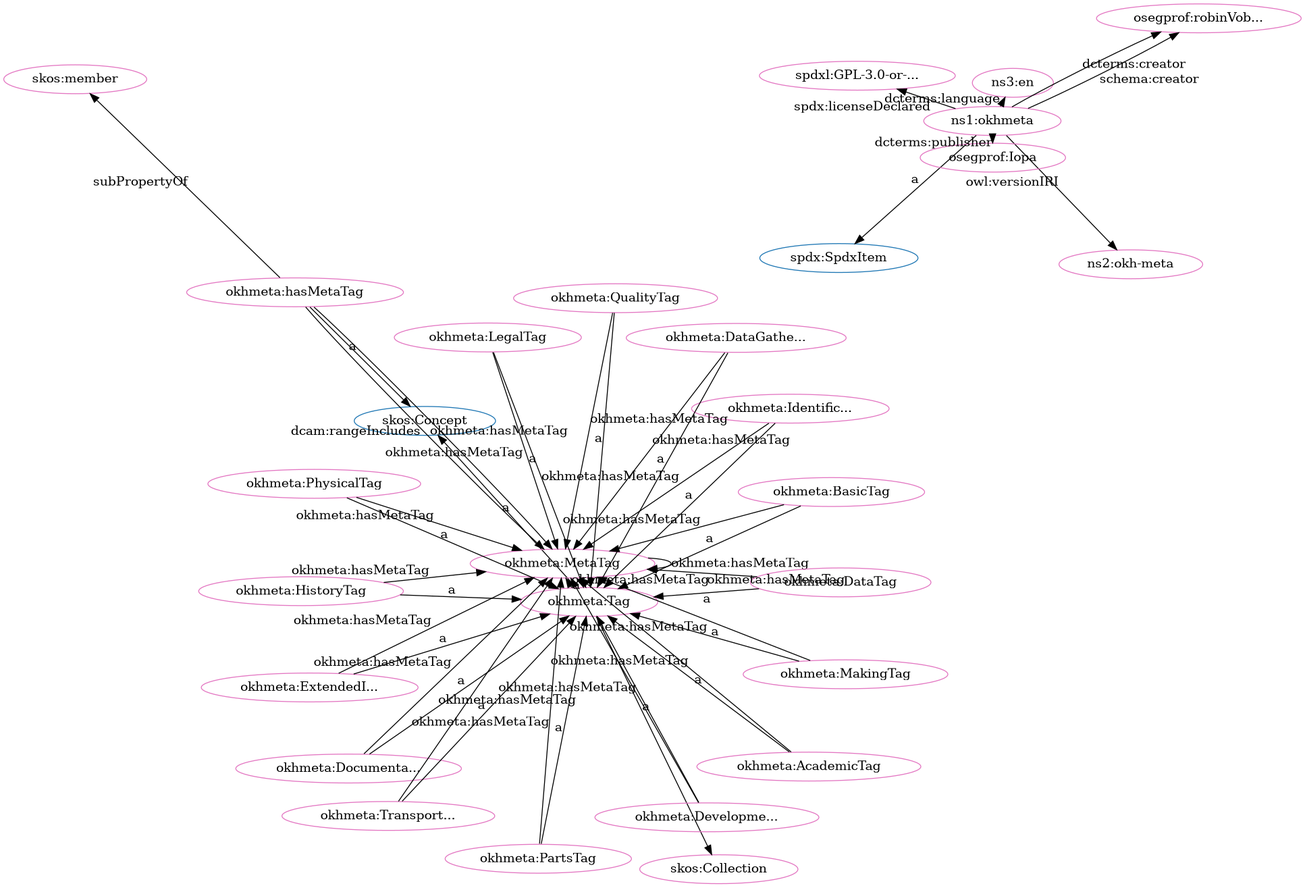
iop-alliance/OpenKnowHow keeps this Graphviz diagram as src/spec/dot_okh-meta-clean.png. Above is the earlier version. Its source is kept beside it as src/spec/dot_okh-meta-clean.dot.
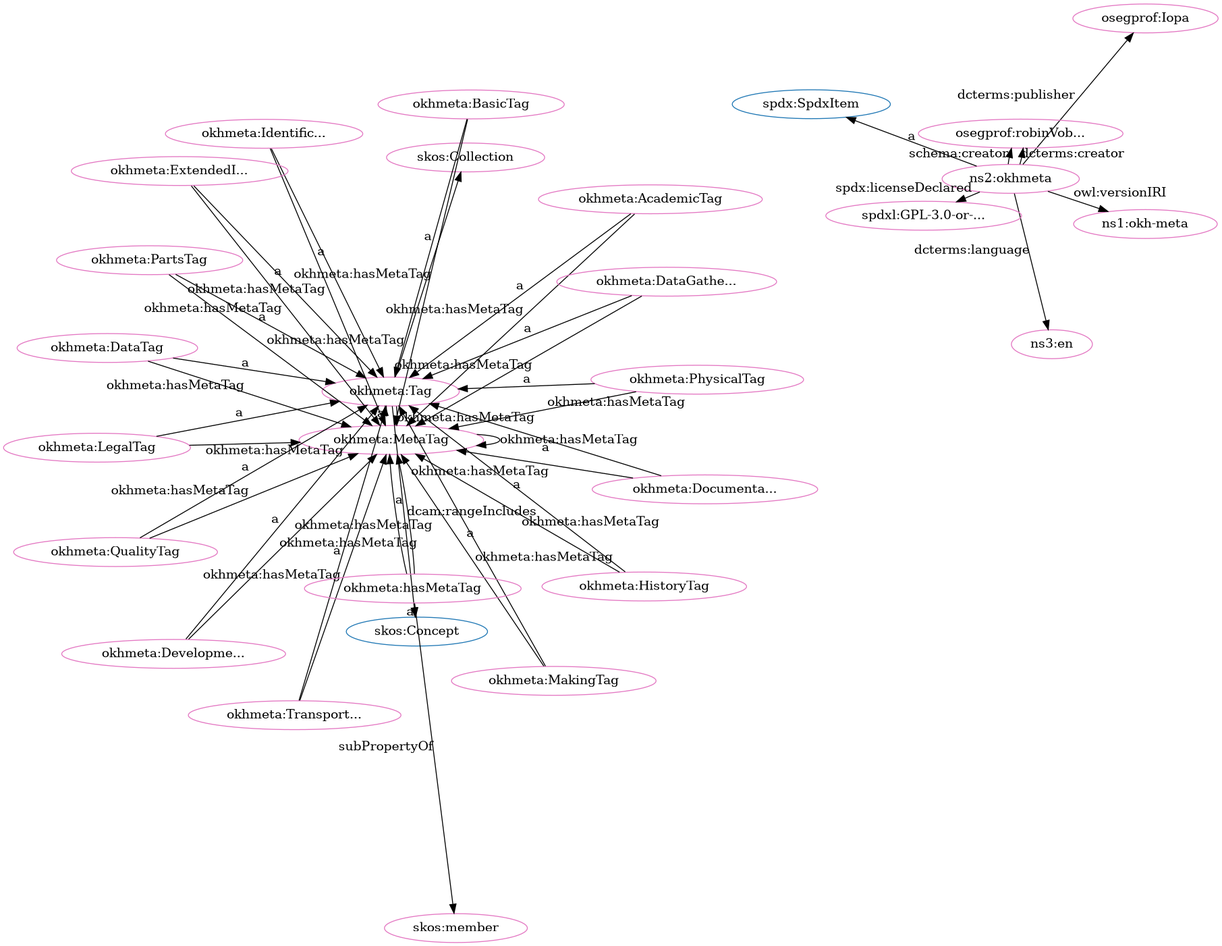
The same diagram one commit later.

What changed in the source:
```diff
@@ -1,80 +1,80 @@
 digraph G {
   rankdir=BT
   node[height=.3]
-"http://www.w3.org/2004/02/skos/core#Concept" [fillcolor="#1f77b4" color="#1f77b4" label="skos:Concept"]
 "http://w3id.org/oseg/ont/okhmeta#Tag" [fillcolor="#1f77b4" color="#1f77b4" label="okhmeta:Tag"]
 "http://spdx.org/rdf/terms#SpdxItem" [fillcolor="#1f77b4" color="#1f77b4" label="spdx:SpdxItem"]
 "http://www.w3.org/2004/02/skos/core#Collection" [fillcolor="#1f77b4" color="#1f77b4" label="skos:Collection"]
-"http://w3id.org/oseg/ont/okhmeta" [fillcolor="#e377c2" color="#e377c2" label="ns1:okhmeta"]
-"http://w3id.org/oseg/ont/1.1.0/okh-meta" [fillcolor="#e377c2" color="#e377c2" label="ns2:okh-meta"]
+"http://www.w3.org/2004/02/skos/core#Concept" [fillcolor="#1f77b4" color="#1f77b4" label="skos:Concept"]
+"http://w3id.org/oseg/ont/okhmeta#LegalTag" [fillcolor="#e377c2" color="#e377c2" label="okhmeta:LegalTag"]
+"http://w3id.org/oseg/ont/oseg-profiles#Iopa" [fillcolor="#e377c2" color="#e377c2" label="osegprof:Iopa"]
+"http://w3id.org/oseg/ont/okhmeta#MetaTag" [fillcolor="#e377c2" color="#e377c2" label="okhmeta:MetaTag"]
+"http://w3id.org/oseg/ont/1.1.0/okh-meta" [fillcolor="#e377c2" color="#e377c2" label="ns1:okh-meta"]
+"http://w3id.org/oseg/ont/okhmeta#IdentificationTag" [fillcolor="#e377c2" color="#e377c2" label="okhmeta:Identific..."]
+"http://w3id.org/oseg/ont/okhmeta#TransportationTag" [fillcolor="#e377c2" color="#e377c2" label="okhmeta:Transport..."]
+"http://w3id.org/oseg/ont/okhmeta" [fillcolor="#e377c2" color="#e377c2" label="ns2:okhmeta"]
+"http://id.loc.gov/vocabulary/iso639-1/en" [fillcolor="#e377c2" color="#e377c2" label="ns3:en"]
+"http://w3id.org/oseg/ont/okhmeta#DocumentationTag" [fillcolor="#e377c2" color="#e377c2" label="okhmeta:Documenta..."]
+"http://www.w3.org/2004/02/skos/core#member" [fillcolor="#e377c2" color="#e377c2" label="skos:member"]
+"http://w3id.org/oseg/ont/okhmeta#MakingTag" [fillcolor="#e377c2" color="#e377c2" label="okhmeta:MakingTag"]
+"http://w3id.org/oseg/ont/okhmeta#QualityTag" [fillcolor="#e377c2" color="#e377c2" label="okhmeta:QualityTag"]
+"http://w3id.org/oseg/ont/okhmeta#DevelopmentTag" [fillcolor="#e377c2" color="#e377c2" label="okhmeta:Developme..."]
 "http://w3id.org/oseg/ont/okhmeta#Tag" [fillcolor="#e377c2" color="#e377c2" label="okhmeta:Tag"]
-"http://w3id.org/oseg/ont/okhmeta#MetaTag" [fillcolor="#e377c2" color="#e377c2" label="okhmeta:MetaTag"]
+"http://www.w3.org/2004/02/skos/core#Collection" [fillcolor="#e377c2" color="#e377c2" label="skos:Collection"]
+"http://w3id.org/oseg/ont/okhmeta#PhysicalTag" [fillcolor="#e377c2" color="#e377c2" label="okhmeta:PhysicalTag"]
+"http://w3id.org/oseg/ont/okhmeta#AcademicTag" [fillcolor="#e377c2" color="#e377c2" label="okhmeta:AcademicTag"]
+"http://w3id.org/oseg/ont/oseg-profiles#robinVobruba" [fillcolor="#e377c2" color="#e377c2" label="osegprof:robinVob..."]
+"http://w3id.org/oseg/ont/okhmeta#DataTag" [fillcolor="#e377c2" color="#e377c2" label="okhmeta:DataTag"]
 "http://w3id.org/oseg/ont/okhmeta#hasMetaTag" [fillcolor="#e377c2" color="#e377c2" label="okhmeta:hasMetaTag"]
-"http://w3id.org/oseg/ont/okhmeta#DataTag" [fillcolor="#e377c2" color="#e377c2" label="okhmeta:DataTag"]
-"http://www.w3.org/2004/02/skos/core#member" [fillcolor="#e377c2" color="#e377c2" label="skos:member"]
-"http://id.loc.gov/vocabulary/iso639-1/en" [fillcolor="#e377c2" color="#e377c2" label="ns3:en"]
-"http://w3id.org/oseg/ont/okhmeta#AcademicTag" [fillcolor="#e377c2" color="#e377c2" label="okhmeta:AcademicTag"]
+"http://w3id.org/oseg/ont/okhmeta#BasicTag" [fillcolor="#e377c2" color="#e377c2" label="okhmeta:BasicTag"]
+"http://w3id.org/oseg/ont/okhmeta#PartsTag" [fillcolor="#e377c2" color="#e377c2" label="okhmeta:PartsTag"]
+"http://w3id.org/oseg/ont/okhmeta#DataGatheringTag" [fillcolor="#e377c2" color="#e377c2" label="okhmeta:DataGathe..."]
 "http://w3id.org/oseg/ont/okhmeta#ExtendedInfoTag" [fillcolor="#e377c2" color="#e377c2" label="okhmeta:ExtendedI..."]
-"http://w3id.org/oseg/ont/oseg-profiles#robinVobruba" [fillcolor="#e377c2" color="#e377c2" label="osegprof:robinVob..."]
-"http://w3id.org/oseg/ont/okhmeta#PartsTag" [fillcolor="#e377c2" color="#e377c2" label="okhmeta:PartsTag"]
-"http://w3id.org/oseg/ont/okhmeta#DevelopmentTag" [fillcolor="#e377c2" color="#e377c2" label="okhmeta:Developme..."]
-"http://w3id.org/oseg/ont/okhmeta#LegalTag" [fillcolor="#e377c2" color="#e377c2" label="okhmeta:LegalTag"]
-"http://w3id.org/oseg/ont/okhmeta#BasicTag" [fillcolor="#e377c2" color="#e377c2" label="okhmeta:BasicTag"]
+"http://w3id.org/oseg/ont/okhmeta#HistoryTag" [fillcolor="#e377c2" color="#e377c2" label="okhmeta:HistoryTag"]
 "http://spdx.org/licenses/GPL-3.0-or-later" [fillcolor="#e377c2" color="#e377c2" label="spdxl:GPL-3.0-or-..."]
-"http://w3id.org/oseg/ont/okhmeta#IdentificationTag" [fillcolor="#e377c2" color="#e377c2" label="okhmeta:Identific..."]
-"http://w3id.org/oseg/ont/okhmeta#DataGatheringTag" [fillcolor="#e377c2" color="#e377c2" label="okhmeta:DataGathe..."]
-"http://w3id.org/oseg/ont/okhmeta#QualityTag" [fillcolor="#e377c2" color="#e377c2" label="okhmeta:QualityTag"]
-"http://w3id.org/oseg/ont/okhmeta#DocumentationTag" [fillcolor="#e377c2" color="#e377c2" label="okhmeta:Documenta..."]
-"http://w3id.org/oseg/ont/okhmeta#PhysicalTag" [fillcolor="#e377c2" color="#e377c2" label="okhmeta:PhysicalTag"]
-"http://www.w3.org/2004/02/skos/core#Collection" [fillcolor="#e377c2" color="#e377c2" label="skos:Collection"]
-"http://w3id.org/oseg/ont/okhmeta#MakingTag" [fillcolor="#e377c2" color="#e377c2" label="okhmeta:MakingTag"]
-"http://w3id.org/oseg/ont/oseg-profiles#Iopa" [fillcolor="#e377c2" color="#e377c2" label="osegprof:Iopa"]
-"http://w3id.org/oseg/ont/okhmeta#TransportationTag" [fillcolor="#e377c2" color="#e377c2" label="okhmeta:Transport..."]
-"http://w3id.org/oseg/ont/okhmeta#HistoryTag" [fillcolor="#e377c2" color="#e377c2" label="okhmeta:HistoryTag"]
+  "http://w3id.org/oseg/ont/okhmeta#LegalTag" -> "http://w3id.org/oseg/ont/okhmeta#Tag" [label="a"]
+  "http://w3id.org/oseg/ont/okhmeta" -> "http://w3id.org/oseg/ont/oseg-profiles#Iopa" [label="dcterms:publisher"]
+  "http://w3id.org/oseg/ont/okhmeta#QualityTag" -> "http://w3id.org/oseg/ont/okhmeta#MetaTag" [label="okhmeta:hasMetaTag"]
+  "http://w3id.org/oseg/ont/okhmeta" -> "http://id.loc.gov/vocabulary/iso639-1/en" [label="dcterms:language"]
+  "http://w3id.org/oseg/ont/okhmeta#hasMetaTag" -> "http://www.w3.org/2004/02/skos/core#member" [label="subPropertyOf"]
+  "http://w3id.org/oseg/ont/okhmeta#ExtendedInfoTag" -> "http://w3id.org/oseg/ont/okhmeta#MetaTag" [label="okhmeta:hasMetaTag"]
+  "http://w3id.org/oseg/ont/okhmeta#MakingTag" -> "http://w3id.org/oseg/ont/okhmeta#Tag" [label="a"]
+  "http://w3id.org/oseg/ont/okhmeta#DevelopmentTag" -> "http://w3id.org/oseg/ont/okhmeta#Tag" [label="a"]
+  "http://w3id.org/oseg/ont/okhmeta#MetaTag" -> "http://w3id.org/oseg/ont/okhmeta#MetaTag" [label="okhmeta:hasMetaTag"]
+  "http://w3id.org/oseg/ont/okhmeta#Tag" -> "http://www.w3.org/2004/02/skos/core#Collection" [label=""]
+  "http://w3id.org/oseg/ont/okhmeta#LegalTag" -> "http://w3id.org/oseg/ont/okhmeta#MetaTag" [label="okhmeta:hasMetaTag"]
+  "http://w3id.org/oseg/ont/okhmeta#AcademicTag" -> "http://w3id.org/oseg/ont/okhmeta#Tag" [label="a"]
+  "http://w3id.org/oseg/ont/okhmeta#DevelopmentTag" -> "http://w3id.org/oseg/ont/okhmeta#MetaTag" [label="okhmeta:hasMetaTag"]
+  "http://w3id.org/oseg/ont/okhmeta#BasicTag" -> "http://w3id.org/oseg/ont/okhmeta#Tag" [label="a"]
+  "http://w3id.org/oseg/ont/okhmeta" -> "http://w3id.org/oseg/ont/oseg-profiles#robinVobruba" [label="schema:creator"]
+  "http://w3id.org/oseg/ont/okhmeta#PartsTag" -> "http://w3id.org/oseg/ont/okhmeta#Tag" [label="a"]
+  "http://w3id.org/oseg/ont/okhmeta#DataGatheringTag" -> "http://w3id.org/oseg/ont/okhmeta#Tag" [label="a"]
+  "http://w3id.org/oseg/ont/okhmeta#hasMetaTag" -> "http://w3id.org/oseg/ont/okhmeta#MetaTag" [label="okhmeta:hasMetaTag"]
   "http://w3id.org/oseg/ont/okhmeta" -> "http://spdx.org/rdf/terms#SpdxItem" [label="a"]
+  "http://w3id.org/oseg/ont/okhmeta#HistoryTag" -> "http://w3id.org/oseg/ont/okhmeta#Tag" [label="a"]
+  "http://w3id.org/oseg/ont/okhmeta#DataTag" -> "http://w3id.org/oseg/ont/okhmeta#MetaTag" [label="okhmeta:hasMetaTag"]
+  "http://w3id.org/oseg/ont/okhmeta" -> "http://spdx.org/licenses/GPL-3.0-or-later" [label="spdx:licenseDeclared"]
+  "http://w3id.org/oseg/ont/okhmeta#IdentificationTag" -> "http://w3id.org/oseg/ont/okhmeta#MetaTag" [label="okhmeta:hasMetaTag"]
+  "http://w3id.org/oseg/ont/okhmeta#BasicTag" -> "http://w3id.org/oseg/ont/okhmeta#MetaTag" [label="okhmeta:hasMetaTag"]
+  "http://w3id.org/oseg/ont/okhmeta#PartsTag" -> "http://w3id.org/oseg/ont/okhmeta#MetaTag" [label="okhmeta:hasMetaTag"]
+  "http://w3id.org/oseg/ont/okhmeta" -> "http://w3id.org/oseg/ont/1.1.0/okh-meta" [label="owl:versionIRI"]
+  "http://w3id.org/oseg/ont/okhmeta#DocumentationTag" -> "http://w3id.org/oseg/ont/okhmeta#MetaTag" [label="okhmeta:hasMetaTag"]
+  "http://w3id.org/oseg/ont/okhmeta#IdentificationTag" -> "http://w3id.org/oseg/ont/okhmeta#Tag" [label="a"]
+  "http://w3id.org/oseg/ont/okhmeta#TransportationTag" -> "http://w3id.org/oseg/ont/okhmeta#Tag" [label="a"]
+  "http://w3id.org/oseg/ont/okhmeta#DocumentationTag" -> "http://w3id.org/oseg/ont/okhmeta#Tag" [label="a"]
+  "http://w3id.org/oseg/ont/okhmeta#QualityTag" -> "http://w3id.org/oseg/ont/okhmeta#Tag" [label="a"]
+  "http://w3id.org/oseg/ont/okhmeta#AcademicTag" -> "http://w3id.org/oseg/ont/okhmeta#MetaTag" [label="okhmeta:hasMetaTag"]
   "http://w3id.org/oseg/ont/okhmeta#Tag" -> "http://www.w3.org/2004/02/skos/core#Concept" [label="a"]
-  "http://w3id.org/oseg/ont/okhmeta#hasMetaTag" -> "http://w3id.org/oseg/ont/okhmeta#MetaTag" [label="okhmeta:hasMetaTag"]
-  "http://w3id.org/oseg/ont/okhmeta#LegalTag" -> "http://w3id.org/oseg/ont/okhmeta#MetaTag" [label="okhmeta:hasMetaTag"]
+  "http://w3id.org/oseg/ont/okhmeta#PhysicalTag" -> "http://w3id.org/oseg/ont/okhmeta#Tag" [label="a"]
+  "http://w3id.org/oseg/ont/okhmeta#TransportationTag" -> "http://w3id.org/oseg/ont/okhmeta#MetaTag" [label="okhmeta:hasMetaTag"]
+  "http://w3id.org/oseg/ont/okhmeta" -> "http://w3id.org/oseg/ont/oseg-profiles#robinVobruba" [label="dcterms:creator"]
   "http://w3id.org/oseg/ont/okhmeta#DataTag" -> "http://w3id.org/oseg/ont/okhmeta#Tag" [label="a"]
-  "http://w3id.org/oseg/ont/okhmeta#hasMetaTag" -> "http://www.w3.org/2004/02/skos/core#member" [label="subPropertyOf"]
-  "http://w3id.org/oseg/ont/okhmeta#HistoryTag" -> "http://w3id.org/oseg/ont/okhmeta#Tag" [label="a"]
-  "http://w3id.org/oseg/ont/okhmeta#BasicTag" -> "http://w3id.org/oseg/ont/okhmeta#MetaTag" [label="okhmeta:hasMetaTag"]
-  "http://w3id.org/oseg/ont/okhmeta" -> "http://id.loc.gov/vocabulary/iso639-1/en" [label="dcterms:language"]
+  "http://w3id.org/oseg/ont/okhmeta#hasMetaTag" -> "http://www.w3.org/2004/02/skos/core#Concept" [label="a"]
+  "http://w3id.org/oseg/ont/okhmeta#Tag" -> "http://w3id.org/oseg/ont/okhmeta#MetaTag" [label="okhmeta:hasMetaTag"]
+  "http://w3id.org/oseg/ont/okhmeta#DataGatheringTag" -> "http://w3id.org/oseg/ont/okhmeta#MetaTag" [label="okhmeta:hasMetaTag"]
+  "http://w3id.org/oseg/ont/okhmeta#MakingTag" -> "http://w3id.org/oseg/ont/okhmeta#MetaTag" [label="okhmeta:hasMetaTag"]
+  "http://w3id.org/oseg/ont/okhmeta#hasMetaTag" -> "http://w3id.org/oseg/ont/okhmeta#MetaTag" [label="dcam:rangeIncludes"]
+  "http://w3id.org/oseg/ont/okhmeta#PhysicalTag" -> "http://w3id.org/oseg/ont/okhmeta#MetaTag" [label="okhmeta:hasMetaTag"]
+  "http://w3id.org/oseg/ont/okhmeta#ExtendedInfoTag" -> "http://w3id.org/oseg/ont/okhmeta#Tag" [label="a"]
+  "http://w3id.org/oseg/ont/okhmeta#HistoryTag" -> "http://w3id.org/oseg/ont/okhmeta#MetaTag" [label="okhmeta:hasMetaTag"]
   "http://w3id.org/oseg/ont/okhmeta#MetaTag" -> "http://w3id.org/oseg/ont/okhmeta#Tag" [label="a"]
-  "http://w3id.org/oseg/ont/okhmeta#ExtendedInfoTag" -> "http://w3id.org/oseg/ont/okhmeta#MetaTag" [label="okhmeta:hasMetaTag"]
-  "http://w3id.org/oseg/ont/okhmeta#ExtendedInfoTag" -> "http://w3id.org/oseg/ont/okhmeta#Tag" [label="a"]
-  "http://w3id.org/oseg/ont/okhmeta#PartsTag" -> "http://w3id.org/oseg/ont/okhmeta#MetaTag" [label="okhmeta:hasMetaTag"]
-  "http://w3id.org/oseg/ont/okhmeta#PartsTag" -> "http://w3id.org/oseg/ont/okhmeta#Tag" [label="a"]
-  "http://w3id.org/oseg/ont/okhmeta#MetaTag" -> "http://w3id.org/oseg/ont/okhmeta#MetaTag" [label="okhmeta:hasMetaTag"]
-  "http://w3id.org/oseg/ont/okhmeta#hasMetaTag" -> "http://www.w3.org/2004/02/skos/core#Concept" [label="a"]
-  "http://w3id.org/oseg/ont/okhmeta#DevelopmentTag" -> "http://w3id.org/oseg/ont/okhmeta#Tag" [label="a"]
-  "http://w3id.org/oseg/ont/okhmeta#AcademicTag" -> "http://w3id.org/oseg/ont/okhmeta#MetaTag" [label="okhmeta:hasMetaTag"]
-  "http://w3id.org/oseg/ont/okhmeta#DataGatheringTag" -> "http://w3id.org/oseg/ont/okhmeta#MetaTag" [label="okhmeta:hasMetaTag"]
-  "http://w3id.org/oseg/ont/okhmeta#DocumentationTag" -> "http://w3id.org/oseg/ont/okhmeta#MetaTag" [label="okhmeta:hasMetaTag"]
-  "http://w3id.org/oseg/ont/okhmeta#DataGatheringTag" -> "http://w3id.org/oseg/ont/okhmeta#Tag" [label="a"]
-  "http://w3id.org/oseg/ont/okhmeta#QualityTag" -> "http://w3id.org/oseg/ont/okhmeta#Tag" [label="a"]
-  "http://w3id.org/oseg/ont/okhmeta#DocumentationTag" -> "http://w3id.org/oseg/ont/okhmeta#Tag" [label="a"]
-  "http://w3id.org/oseg/ont/okhmeta#IdentificationTag" -> "http://w3id.org/oseg/ont/okhmeta#MetaTag" [label="okhmeta:hasMetaTag"]
-  "http://w3id.org/oseg/ont/okhmeta#PhysicalTag" -> "http://w3id.org/oseg/ont/okhmeta#Tag" [label="a"]
-  "http://w3id.org/oseg/ont/okhmeta#DataTag" -> "http://w3id.org/oseg/ont/okhmeta#MetaTag" [label="okhmeta:hasMetaTag"]
-  "http://w3id.org/oseg/ont/okhmeta#MakingTag" -> "http://w3id.org/oseg/ont/okhmeta#Tag" [label="a"]
-  "http://w3id.org/oseg/ont/okhmeta" -> "http://w3id.org/oseg/ont/1.1.0/okh-meta" [label="owl:versionIRI"]
-  "http://w3id.org/oseg/ont/okhmeta#QualityTag" -> "http://w3id.org/oseg/ont/okhmeta#MetaTag" [label="okhmeta:hasMetaTag"]
-  "http://w3id.org/oseg/ont/okhmeta#PhysicalTag" -> "http://w3id.org/oseg/ont/okhmeta#MetaTag" [label="okhmeta:hasMetaTag"]
-  "http://w3id.org/oseg/ont/okhmeta#MakingTag" -> "http://w3id.org/oseg/ont/okhmeta#MetaTag" [label="okhmeta:hasMetaTag"]
-  "http://w3id.org/oseg/ont/okhmeta#AcademicTag" -> "http://w3id.org/oseg/ont/okhmeta#Tag" [label="a"]
-  "http://w3id.org/oseg/ont/okhmeta" -> "http://w3id.org/oseg/ont/oseg-profiles#robinVobruba" [label="dcterms:creator"]
-  "http://w3id.org/oseg/ont/okhmeta#TransportationTag" -> "http://w3id.org/oseg/ont/okhmeta#MetaTag" [label="okhmeta:hasMetaTag"]
-  "http://w3id.org/oseg/ont/okhmeta#Tag" -> "http://w3id.org/oseg/ont/okhmeta#MetaTag" [label="okhmeta:hasMetaTag"]
-  "http://w3id.org/oseg/ont/okhmeta" -> "http://w3id.org/oseg/ont/oseg-profiles#robinVobruba" [label="schema:creator"]
-  "http://w3id.org/oseg/ont/okhmeta#hasMetaTag" -> "http://w3id.org/oseg/ont/okhmeta#MetaTag" [label="dcam:rangeIncludes"]
-  "http://w3id.org/oseg/ont/okhmeta#LegalTag" -> "http://w3id.org/oseg/ont/okhmeta#Tag" [label="a"]
-  "http://w3id.org/oseg/ont/okhmeta#BasicTag" -> "http://w3id.org/oseg/ont/okhmeta#Tag" [label="a"]
-  "http://w3id.org/oseg/ont/okhmeta#DevelopmentTag" -> "http://w3id.org/oseg/ont/okhmeta#MetaTag" [label="okhmeta:hasMetaTag"]
-  "http://w3id.org/oseg/ont/okhmeta" -> "http://spdx.org/licenses/GPL-3.0-or-later" [label="spdx:licenseDeclared"]
-  "http://w3id.org/oseg/ont/okhmeta#IdentificationTag" -> "http://w3id.org/oseg/ont/okhmeta#Tag" [label="a"]
-  "http://w3id.org/oseg/ont/okhmeta#Tag" -> "http://www.w3.org/2004/02/skos/core#Collection" [label=""]
-  "http://w3id.org/oseg/ont/okhmeta" -> "http://w3id.org/oseg/ont/oseg-profiles#Iopa" [label="dcterms:publisher"]
-  "http://w3id.org/oseg/ont/okhmeta#TransportationTag" -> "http://w3id.org/oseg/ont/okhmeta#Tag" [label="a"]
-  "http://w3id.org/oseg/ont/okhmeta#HistoryTag" -> "http://w3id.org/oseg/ont/okhmeta#MetaTag" [label="okhmeta:hasMetaTag"]
 }
```
